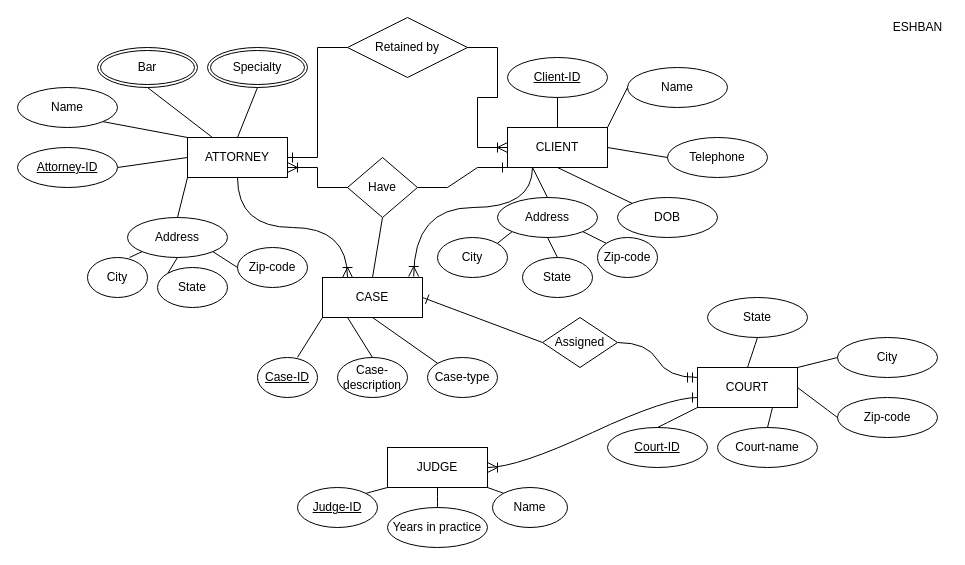
ESHBANayub/Draw.io keeps this draw.io diagram as 2.drawio. Above is the earlier version. Source tidied: cells renumbered, new cells numbered last; positions are measured from the earlier drawing's top-left corner, leaving out a move shared by most shapes. Both pictures are drawn from the tidied source at 100%, with x=0, y=0 at pixel (17, 17).
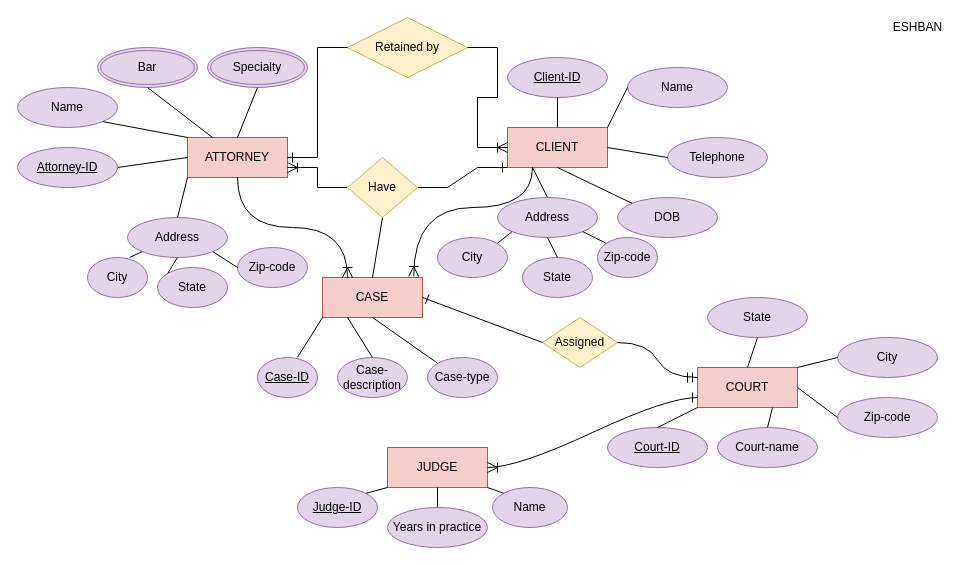
Above is the later version.

Diff of the diagram source:
```diff
@@
-    <mxCell id="2" value="ATTORNEY" style="whiteSpace=wrap;html=1;align=center;" parent="1" vertex="1">
+    <mxCell id="2" value="ATTORNEY" style="whiteSpace=wrap;html=1;align=center;fillColor=#f8cecc;strokeColor=#b85450;" parent="1" vertex="1">
       <mxGeometry x="170" y="120" width="100" height="40" as="geometry" />
     </mxCell>
-    <mxCell id="3" value="CLIENT" style="whiteSpace=wrap;html=1;align=center;" parent="1" vertex="1">
+    <mxCell id="3" value="CLIENT" style="whiteSpace=wrap;html=1;align=center;fillColor=#f8cecc;strokeColor=#b85450;" parent="1" vertex="1">
       <mxGeometry x="490" y="110" width="100" height="40" as="geometry" />
     </mxCell>
-    <mxCell id="4" value="CASE" style="whiteSpace=wrap;html=1;align=center;" parent="1" vertex="1">
+    <mxCell id="4" value="CASE" style="whiteSpace=wrap;html=1;align=center;fillColor=#f8cecc;strokeColor=#b85450;" parent="1" vertex="1">
       <mxGeometry x="305" y="260" width="100" height="40" as="geometry" />
     </mxCell>
-    <mxCell id="5" value="COURT" style="whiteSpace=wrap;html=1;align=center;" parent="1" vertex="1">
+    <mxCell id="5" value="COURT" style="whiteSpace=wrap;html=1;align=center;fillColor=#f8cecc;strokeColor=#b85450;" parent="1" vertex="1">
       <mxGeometry x="680" y="350" width="100" height="40" as="geometry" />
     </mxCell>
-    <mxCell id="6" value="JUDGE" style="whiteSpace=wrap;html=1;align=center;" parent="1" vertex="1">
+    <mxCell id="6" value="JUDGE" style="whiteSpace=wrap;html=1;align=center;fillColor=#f8cecc;strokeColor=#b85450;" parent="1" vertex="1">
       <mxGeometry x="370" y="430" width="100" height="40" as="geometry" />
     </mxCell>
-    <mxCell id="7" value="Specialty" style="ellipse;shape=doubleEllipse;margin=3;whiteSpace=wrap;html=1;align=center;" parent="1" vertex="1">
+    <mxCell id="7" value="Specialty" style="ellipse;shape=doubleEllipse;margin=3;whiteSpace=wrap;html=1;align=center;fillColor=#e1d5e7;strokeColor=#9673a6;" parent="1" vertex="1">
       <mxGeometry x="190" y="30" width="100" height="40" as="geometry" />
     </mxCell>
-    <mxCell id="8" value="Bar" style="ellipse;shape=doubleEllipse;margin=3;whiteSpace=wrap;html=1;align=center;" parent="1" vertex="1">
+    <mxCell id="8" value="Bar" style="ellipse;shape=doubleEllipse;margin=3;whiteSpace=wrap;html=1;align=center;fillColor=#e1d5e7;strokeColor=#9673a6;" parent="1" vertex="1">
       <mxGeometry x="80" y="30" width="100" height="40" as="geometry" />
     </mxCell>
-    <mxCell id="9" value="State" style="ellipse;whiteSpace=wrap;html=1;align=center;" parent="1" vertex="1">
+    <mxCell id="9" value="State" style="ellipse;whiteSpace=wrap;html=1;align=center;fillColor=#e1d5e7;strokeColor=#9673a6;" parent="1" vertex="1">
       <mxGeometry x="140" y="250" width="70" height="40" as="geometry" />
     </mxCell>
-    <mxCell id="10" value="City" style="ellipse;whiteSpace=wrap;html=1;align=center;" parent="1" vertex="1">
+    <mxCell id="10" value="City" style="ellipse;whiteSpace=wrap;html=1;align=center;fillColor=#e1d5e7;strokeColor=#9673a6;" parent="1" vertex="1">
       <mxGeometry x="70" y="240" width="60" height="40" as="geometry" />
     </mxCell>
-    <mxCell id="11" value="Address" style="ellipse;whiteSpace=wrap;html=1;align=center;" parent="1" vertex="1">
+    <mxCell id="11" value="Address" style="ellipse;whiteSpace=wrap;html=1;align=center;fillColor=#e1d5e7;strokeColor=#9673a6;" parent="1" vertex="1">
       <mxGeometry x="110" y="200" width="100" height="40" as="geometry" />
     </mxCell>
-    <mxCell id="12" value="Name" style="ellipse;whiteSpace=wrap;html=1;align=center;" parent="1" vertex="1">
+    <mxCell id="12" value="Name" style="ellipse;whiteSpace=wrap;html=1;align=center;fillColor=#e1d5e7;strokeColor=#9673a6;" parent="1" vertex="1">
       <mxGeometry y="70" width="100" height="40" as="geometry" />
     </mxCell>
-    <mxCell id="13" value="Zip-code" style="ellipse;whiteSpace=wrap;html=1;align=center;" parent="1" vertex="1">
+    <mxCell id="13" value="Zip-code" style="ellipse;whiteSpace=wrap;html=1;align=center;fillColor=#e1d5e7;strokeColor=#9673a6;" parent="1" vertex="1">
       <mxGeometry x="220" y="230" width="70" height="40" as="geometry" />
     </mxCell>
@@
-    <mxCell id="22" value="Attorney-ID" style="ellipse;whiteSpace=wrap;html=1;align=center;fontStyle=4;" parent="1" vertex="1">
+    <mxCell id="22" value="Attorney-ID" style="ellipse;whiteSpace=wrap;html=1;align=center;fontStyle=4;fillColor=#e1d5e7;strokeColor=#9673a6;" parent="1" vertex="1">
       <mxGeometry y="130" width="100" height="40" as="geometry" />
     </mxCell>
-    <mxCell id="23" value="Retained by" style="shape=rhombus;perimeter=rhombusPerimeter;whiteSpace=wrap;html=1;align=center;" parent="1" vertex="1">
+    <mxCell id="23" value="Retained by" style="shape=rhombus;perimeter=rhombusPerimeter;whiteSpace=wrap;html=1;align=center;fillColor=#fff2cc;strokeColor=#d6b656;" parent="1" vertex="1">
       <mxGeometry x="330" width="120" height="60" as="geometry" />
     </mxCell>
@@
-    <mxCell id="26" value="Name" style="ellipse;whiteSpace=wrap;html=1;align=center;" parent="1" vertex="1">
+    <mxCell id="26" value="Name" style="ellipse;whiteSpace=wrap;html=1;align=center;fillColor=#e1d5e7;strokeColor=#9673a6;" parent="1" vertex="1">
       <mxGeometry x="610" y="50" width="100" height="40" as="geometry" />
     </mxCell>
-    <mxCell id="27" value="Telephone" style="ellipse;whiteSpace=wrap;html=1;align=center;" parent="1" vertex="1">
+    <mxCell id="27" value="Telephone" style="ellipse;whiteSpace=wrap;html=1;align=center;fillColor=#e1d5e7;strokeColor=#9673a6;" parent="1" vertex="1">
       <mxGeometry x="650" y="120" width="100" height="40" as="geometry" />
     </mxCell>
-    <mxCell id="28" value="DOB" style="ellipse;whiteSpace=wrap;html=1;align=center;" parent="1" vertex="1">
+    <mxCell id="28" value="DOB" style="ellipse;whiteSpace=wrap;html=1;align=center;fillColor=#e1d5e7;strokeColor=#9673a6;" parent="1" vertex="1">
       <mxGeometry x="600" y="180" width="100" height="40" as="geometry" />
     </mxCell>
-    <mxCell id="29" value="Address" style="ellipse;whiteSpace=wrap;html=1;align=center;" parent="1" vertex="1">
+    <mxCell id="29" value="Address" style="ellipse;whiteSpace=wrap;html=1;align=center;fillColor=#e1d5e7;strokeColor=#9673a6;" parent="1" vertex="1">
       <mxGeometry x="480" y="180" width="100" height="40" as="geometry" />
     </mxCell>
-    <mxCell id="30" value="Client-ID" style="ellipse;whiteSpace=wrap;html=1;align=center;fontStyle=4;" parent="1" vertex="1">
+    <mxCell id="30" value="Client-ID" style="ellipse;whiteSpace=wrap;html=1;align=center;fontStyle=4;fillColor=#e1d5e7;strokeColor=#9673a6;" parent="1" vertex="1">
       <mxGeometry x="490" y="40" width="100" height="40" as="geometry" />
     </mxCell>
-    <mxCell id="31" value="Zip-code" style="ellipse;whiteSpace=wrap;html=1;align=center;" parent="1" vertex="1">
+    <mxCell id="31" value="Zip-code" style="ellipse;whiteSpace=wrap;html=1;align=center;fillColor=#e1d5e7;strokeColor=#9673a6;" parent="1" vertex="1">
       <mxGeometry x="580" y="220" width="60" height="40" as="geometry" />
     </mxCell>
-    <mxCell id="32" value="State" style="ellipse;whiteSpace=wrap;html=1;align=center;" parent="1" vertex="1">
+    <mxCell id="32" value="State" style="ellipse;whiteSpace=wrap;html=1;align=center;fillColor=#e1d5e7;strokeColor=#9673a6;" parent="1" vertex="1">
       <mxGeometry x="505" y="240" width="70" height="40" as="geometry" />
     </mxCell>
-    <mxCell id="33" value="City" style="ellipse;whiteSpace=wrap;html=1;align=center;" parent="1" vertex="1">
+    <mxCell id="33" value="City" style="ellipse;whiteSpace=wrap;html=1;align=center;fillColor=#e1d5e7;strokeColor=#9673a6;" parent="1" vertex="1">
       <mxGeometry x="420" y="220" width="70" height="40" as="geometry" />
     </mxCell>
@@
-    <mxCell id="45" value="Case-description" style="ellipse;whiteSpace=wrap;html=1;align=center;" parent="1" vertex="1">
+    <mxCell id="45" value="Case-description" style="ellipse;whiteSpace=wrap;html=1;align=center;fillColor=#e1d5e7;strokeColor=#9673a6;" parent="1" vertex="1">
       <mxGeometry x="320" y="340" width="70" height="40" as="geometry" />
     </mxCell>
-    <mxCell id="46" value="Case-type" style="ellipse;whiteSpace=wrap;html=1;align=center;" parent="1" vertex="1">
+    <mxCell id="46" value="Case-type" style="ellipse;whiteSpace=wrap;html=1;align=center;fillColor=#e1d5e7;strokeColor=#9673a6;" parent="1" vertex="1">
       <mxGeometry x="410" y="340" width="70" height="40" as="geometry" />
     </mxCell>
@@
-    <mxCell id="51" value="Case-ID" style="ellipse;whiteSpace=wrap;html=1;align=center;fontStyle=4;" parent="1" vertex="1">
+    <mxCell id="51" value="Case-ID" style="ellipse;whiteSpace=wrap;html=1;align=center;fontStyle=4;fillColor=#e1d5e7;strokeColor=#9673a6;" parent="1" vertex="1">
       <mxGeometry x="240" y="340" width="60" height="40" as="geometry" />
     </mxCell>
@@
-    <mxCell id="53" value="Assigned" style="shape=rhombus;perimeter=rhombusPerimeter;whiteSpace=wrap;html=1;align=center;" parent="1" vertex="1">
+    <mxCell id="53" value="Assigned" style="shape=rhombus;perimeter=rhombusPerimeter;whiteSpace=wrap;html=1;align=center;fillColor=#fff2cc;strokeColor=#d6b656;" parent="1" vertex="1">
       <mxGeometry x="525" y="300" width="75" height="50" as="geometry" />
     </mxCell>
@@
-    <mxCell id="56" value="Court-ID" style="ellipse;whiteSpace=wrap;html=1;align=center;fontStyle=4;" parent="1" vertex="1">
+    <mxCell id="56" value="Court-ID" style="ellipse;whiteSpace=wrap;html=1;align=center;fontStyle=4;fillColor=#e1d5e7;strokeColor=#9673a6;" parent="1" vertex="1">
       <mxGeometry x="590" y="410" width="100" height="40" as="geometry" />
     </mxCell>
-    <mxCell id="57" value="Court-name" style="ellipse;whiteSpace=wrap;html=1;align=center;" parent="1" vertex="1">
+    <mxCell id="57" value="Court-name" style="ellipse;whiteSpace=wrap;html=1;align=center;fillColor=#e1d5e7;strokeColor=#9673a6;" parent="1" vertex="1">
       <mxGeometry x="700" y="410" width="100" height="40" as="geometry" />
     </mxCell>
-    <mxCell id="58" value="Zip-code" style="ellipse;whiteSpace=wrap;html=1;align=center;" parent="1" vertex="1">
+    <mxCell id="58" value="Zip-code" style="ellipse;whiteSpace=wrap;html=1;align=center;fillColor=#e1d5e7;strokeColor=#9673a6;" parent="1" vertex="1">
       <mxGeometry x="820" y="380" width="100" height="40" as="geometry" />
     </mxCell>
-    <mxCell id="59" value="City" style="ellipse;whiteSpace=wrap;html=1;align=center;" parent="1" vertex="1">
+    <mxCell id="59" value="City" style="ellipse;whiteSpace=wrap;html=1;align=center;fillColor=#e1d5e7;strokeColor=#9673a6;" parent="1" vertex="1">
       <mxGeometry x="820" y="320" width="100" height="40" as="geometry" />
     </mxCell>
-    <mxCell id="60" value="State" style="ellipse;whiteSpace=wrap;html=1;align=center;" parent="1" vertex="1">
+    <mxCell id="60" value="State" style="ellipse;whiteSpace=wrap;html=1;align=center;fillColor=#e1d5e7;strokeColor=#9673a6;" parent="1" vertex="1">
       <mxGeometry x="690" y="280" width="100" height="40" as="geometry" />
     </mxCell>
@@
-    <mxCell id="66" value="Judge-ID" style="ellipse;whiteSpace=wrap;html=1;align=center;fontStyle=4;" parent="1" vertex="1">
+    <mxCell id="66" value="Judge-ID" style="ellipse;whiteSpace=wrap;html=1;align=center;fontStyle=4;fillColor=#e1d5e7;strokeColor=#9673a6;" parent="1" vertex="1">
       <mxGeometry x="280" y="470" width="80" height="40" as="geometry" />
     </mxCell>
-    <mxCell id="67" value="Years in practice" style="ellipse;whiteSpace=wrap;html=1;align=center;" parent="1" vertex="1">
+    <mxCell id="67" value="Years in practice" style="ellipse;whiteSpace=wrap;html=1;align=center;fillColor=#e1d5e7;strokeColor=#9673a6;" parent="1" vertex="1">
       <mxGeometry x="370" y="490" width="100" height="40" as="geometry" />
     </mxCell>
-    <mxCell id="68" value="Name" style="ellipse;whiteSpace=wrap;html=1;align=center;" parent="1" vertex="1">
+    <mxCell id="68" value="Name" style="ellipse;whiteSpace=wrap;html=1;align=center;fillColor=#e1d5e7;strokeColor=#9673a6;" parent="1" vertex="1">
       <mxGeometry x="475" y="470" width="75" height="40" as="geometry" />
     </mxCell>
@@
-    <mxCell id="73" value="Have" style="shape=rhombus;perimeter=rhombusPerimeter;whiteSpace=wrap;html=1;align=center;" parent="1" vertex="1">
+    <mxCell id="73" value="Have" style="shape=rhombus;perimeter=rhombusPerimeter;whiteSpace=wrap;html=1;align=center;fillColor=#fff2cc;strokeColor=#d6b656;" parent="1" vertex="1">
       <mxGeometry x="330" y="140" width="70" height="60" as="geometry" />
     </mxCell>
```
